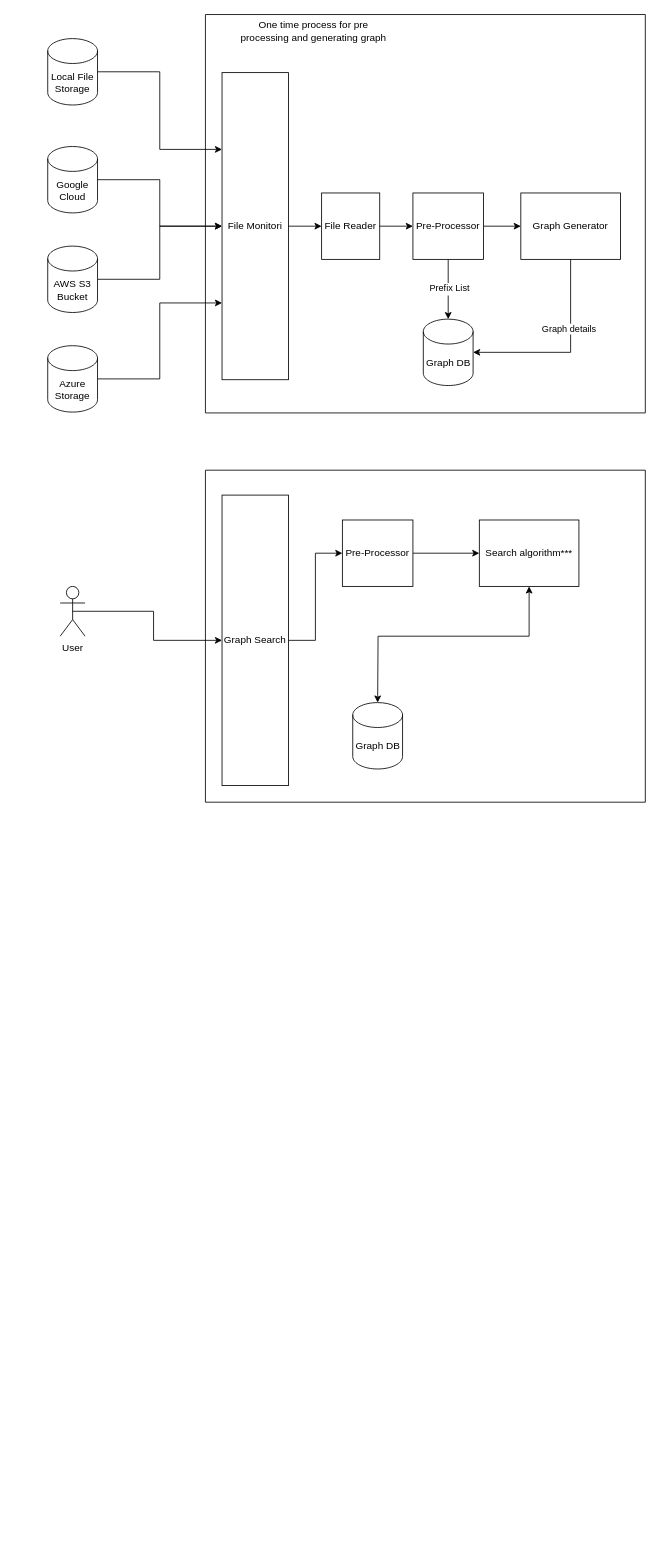
Earlier version of the draw.io diagram GraphDisign/Graph Search High level design.drawio (aliasgarmk/Diagram). Source tidied: cells renumbered, new cells numbered last; positions are measured from the earlier drawing's top-left corner, leaving out a move shared by most shapes. Both pictures are drawn from the tidied source at 83%, with x=0, y=0 at pixel (47, 14).
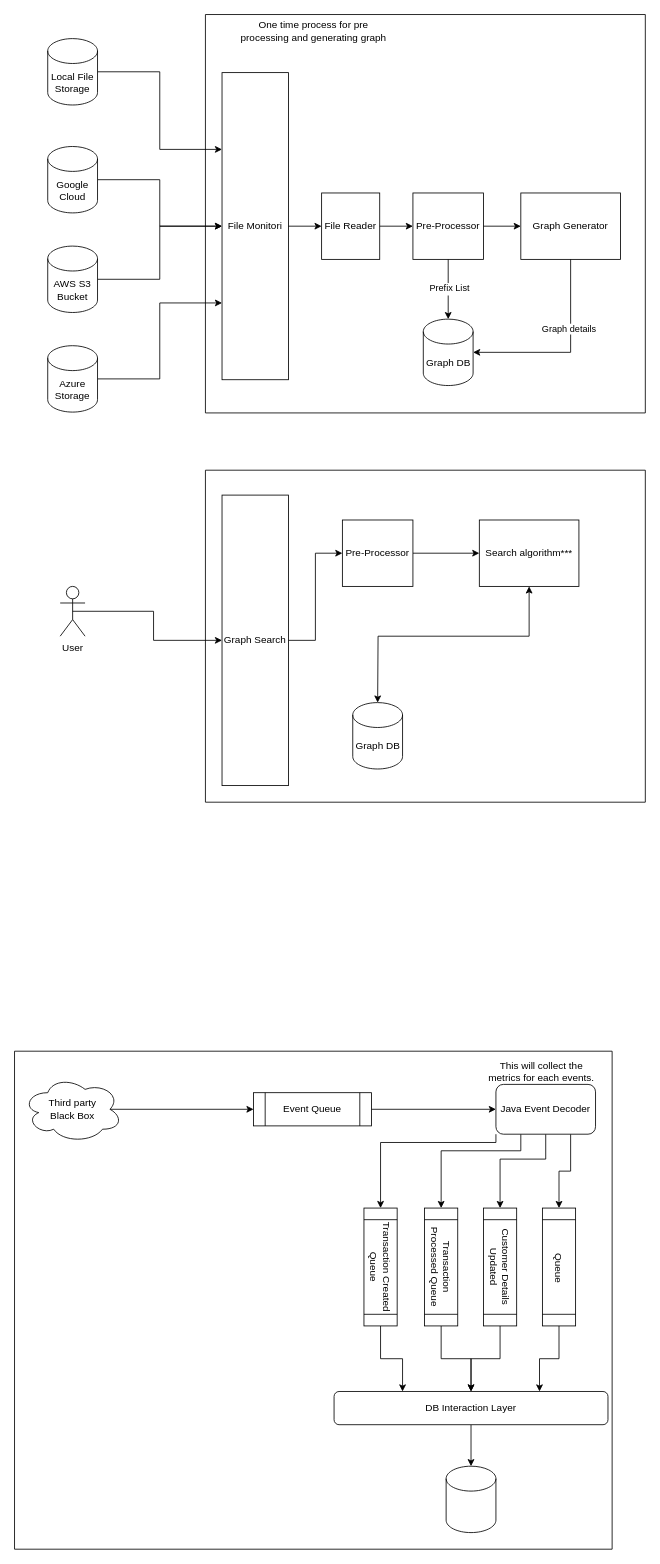
Above is the later version.

Commit message:
High level design.drawio

Change to the diagram source:
```diff
@@
+    <mxCell id="35" style="edgeStyle=orthogonalEdgeStyle;rounded=0;jettySize=auto;html=1;exitX=0.875;exitY=0.5;exitDx=0;exitDy=0;exitPerimeter=0;entryX=0;entryY=0.5;entryDx=0;entryDy=0;" parent="1" edge="1" source="36" target="38">
+      <mxGeometry relative="1" as="geometry" />
+    </mxCell>
+    <mxCell id="36" value="Third party&lt;br&gt;Black Box" style="ellipse;shape=cloud;whiteSpace=wrap;html=1;" parent="1" vertex="1">
+      <mxGeometry x="-30" y="1279" width="120" height="80" as="geometry" />
+    </mxCell>
+    <mxCell id="37" style="edgeStyle=orthogonalEdgeStyle;rounded=0;jettySize=auto;html=1;exitX=1;exitY=0.5;exitDx=0;exitDy=0;entryX=0;entryY=0.5;entryDx=0;entryDy=0;" parent="1" edge="1" source="38" target="43">
+      <mxGeometry relative="1" as="geometry" />
+    </mxCell>
+    <mxCell id="38" value="Event Queue" style="shape=process;whiteSpace=wrap;html=1;backgroundOutline=1;" parent="1" vertex="1">
+      <mxGeometry x="248" y="1299" width="142" height="40" as="geometry" />
+    </mxCell>
+    <mxCell id="39" style="edgeStyle=orthogonalEdgeStyle;rounded=0;jettySize=auto;html=1;exitX=0.75;exitY=1;exitDx=0;exitDy=0;entryX=0;entryY=0.5;entryDx=0;entryDy=0;" parent="1" edge="1" source="43" target="51">
+      <mxGeometry relative="1" as="geometry" />
+    </mxCell>
+    <mxCell id="40" style="edgeStyle=orthogonalEdgeStyle;rounded=0;jettySize=auto;html=1;exitX=0.5;exitY=1;exitDx=0;exitDy=0;entryX=0;entryY=0.5;entryDx=0;entryDy=0;" parent="1" edge="1" source="43" target="49">
+      <mxGeometry relative="1" as="geometry">
+        <Array as="points">
+          <mxPoint x="600" y="1379" />
+          <mxPoint x="545" y="1379" />
+        </Array>
+      </mxGeometry>
+    </mxCell>
+    <mxCell id="41" style="edgeStyle=orthogonalEdgeStyle;rounded=0;jettySize=auto;html=1;exitX=0.25;exitY=1;exitDx=0;exitDy=0;entryX=0;entryY=0.5;entryDx=0;entryDy=0;" parent="1" edge="1" source="43" target="47">
+      <mxGeometry relative="1" as="geometry">
+        <Array as="points">
+          <mxPoint x="570" y="1369" />
+          <mxPoint x="474" y="1369" />
+        </Array>
+      </mxGeometry>
+    </mxCell>
+    <mxCell id="42" style="edgeStyle=orthogonalEdgeStyle;rounded=0;jettySize=auto;html=1;exitX=0;exitY=1;exitDx=0;exitDy=0;entryX=0;entryY=0.5;entryDx=0;entryDy=0;" parent="1" edge="1" source="43" target="45">
+      <mxGeometry relative="1" as="geometry">
+        <Array as="points">
+          <mxPoint x="540" y="1359" />
+          <mxPoint x="401" y="1359" />
+        </Array>
+      </mxGeometry>
+    </mxCell>
+    <mxCell id="43" value="Java Event Decoder" style="rounded=1;whiteSpace=wrap;html=1;" parent="1" vertex="1">
+      <mxGeometry x="540" y="1289" width="120" height="60" as="geometry" />
+    </mxCell>
+    <mxCell id="44" style="edgeStyle=orthogonalEdgeStyle;rounded=0;jettySize=auto;html=1;exitX=1;exitY=0.5;exitDx=0;exitDy=0;entryX=0.25;entryY=0;entryDx=0;entryDy=0;" parent="1" edge="1" source="45" target="54">
+      <mxGeometry relative="1" as="geometry" />
+    </mxCell>
+    <mxCell id="45" value="Transaction Created Queue" style="shape=process;whiteSpace=wrap;html=1;backgroundOutline=1;rotation=90;" parent="1" vertex="1">
+      <mxGeometry x="330" y="1489" width="142" height="40" as="geometry" />
+    </mxCell>
+    <mxCell id="46" style="edgeStyle=orthogonalEdgeStyle;rounded=0;jettySize=auto;html=1;exitX=1;exitY=0.5;exitDx=0;exitDy=0;" parent="1" edge="1" source="47" target="54">
+      <mxGeometry relative="1" as="geometry" />
+    </mxCell>
+    <mxCell id="47" value="Transaction Processed Queue" style="shape=process;whiteSpace=wrap;html=1;backgroundOutline=1;rotation=90;" parent="1" vertex="1">
+      <mxGeometry x="403" y="1489" width="142" height="40" as="geometry" />
+    </mxCell>
+    <mxCell id="48" style="edgeStyle=orthogonalEdgeStyle;rounded=0;jettySize=auto;html=1;exitX=1;exitY=0.5;exitDx=0;exitDy=0;entryX=0.5;entryY=0;entryDx=0;entryDy=0;" parent="1" edge="1" source="49" target="54">
+      <mxGeometry relative="1" as="geometry" />
+    </mxCell>
+    <mxCell id="49" value="Customer Details Updated" style="shape=process;whiteSpace=wrap;html=1;backgroundOutline=1;rotation=90;" parent="1" vertex="1">
+      <mxGeometry x="474" y="1489" width="142" height="40" as="geometry" />
+    </mxCell>
+    <mxCell id="50" style="edgeStyle=orthogonalEdgeStyle;rounded=0;jettySize=auto;html=1;exitX=1;exitY=0.5;exitDx=0;exitDy=0;entryX=0.75;entryY=0;entryDx=0;entryDy=0;" parent="1" edge="1" source="51" target="54">
+      <mxGeometry relative="1" as="geometry" />
+    </mxCell>
+    <mxCell id="51" value="&amp;nbsp;Queue" style="shape=process;whiteSpace=wrap;html=1;backgroundOutline=1;rotation=90;" parent="1" vertex="1">
+      <mxGeometry x="545" y="1489" width="142" height="40" as="geometry" />
+    </mxCell>
+    <mxCell id="52" style="shape=cylinder3;whiteSpace=wrap;html=1;boundedLbl=1;backgroundOutline=1;size=15;" parent="1" vertex="1">
+      <mxGeometry x="480" y="1749" width="60" height="80" as="geometry" />
+    </mxCell>
+    <mxCell id="53" style="edgeStyle=orthogonalEdgeStyle;rounded=0;jettySize=auto;html=1;exitX=0.5;exitY=1;exitDx=0;exitDy=0;" parent="1" edge="1" source="54" target="52">
+      <mxGeometry relative="1" as="geometry" />
+    </mxCell>
+    <mxCell id="54" value="DB Interaction Layer" style="rounded=1;whiteSpace=wrap;html=1;" parent="1" vertex="1">
+      <mxGeometry x="345" y="1659" width="330" height="40" as="geometry" />
+    </mxCell>
+    <mxCell id="55" value="This will collect the metrics for each events." style="text;html=1;align=center;verticalAlign=middle;whiteSpace=wrap;rounded=0;" parent="1" vertex="1">
+      <mxGeometry x="530" y="1259" width="130" height="30" as="geometry" />
+    </mxCell>
+    <mxCell id="56" style="swimlane;startSize=0;" parent="1" vertex="1">
+      <mxGeometry x="-40" y="1249" width="720" height="600" as="geometry" />
+    </mxCell>
```
